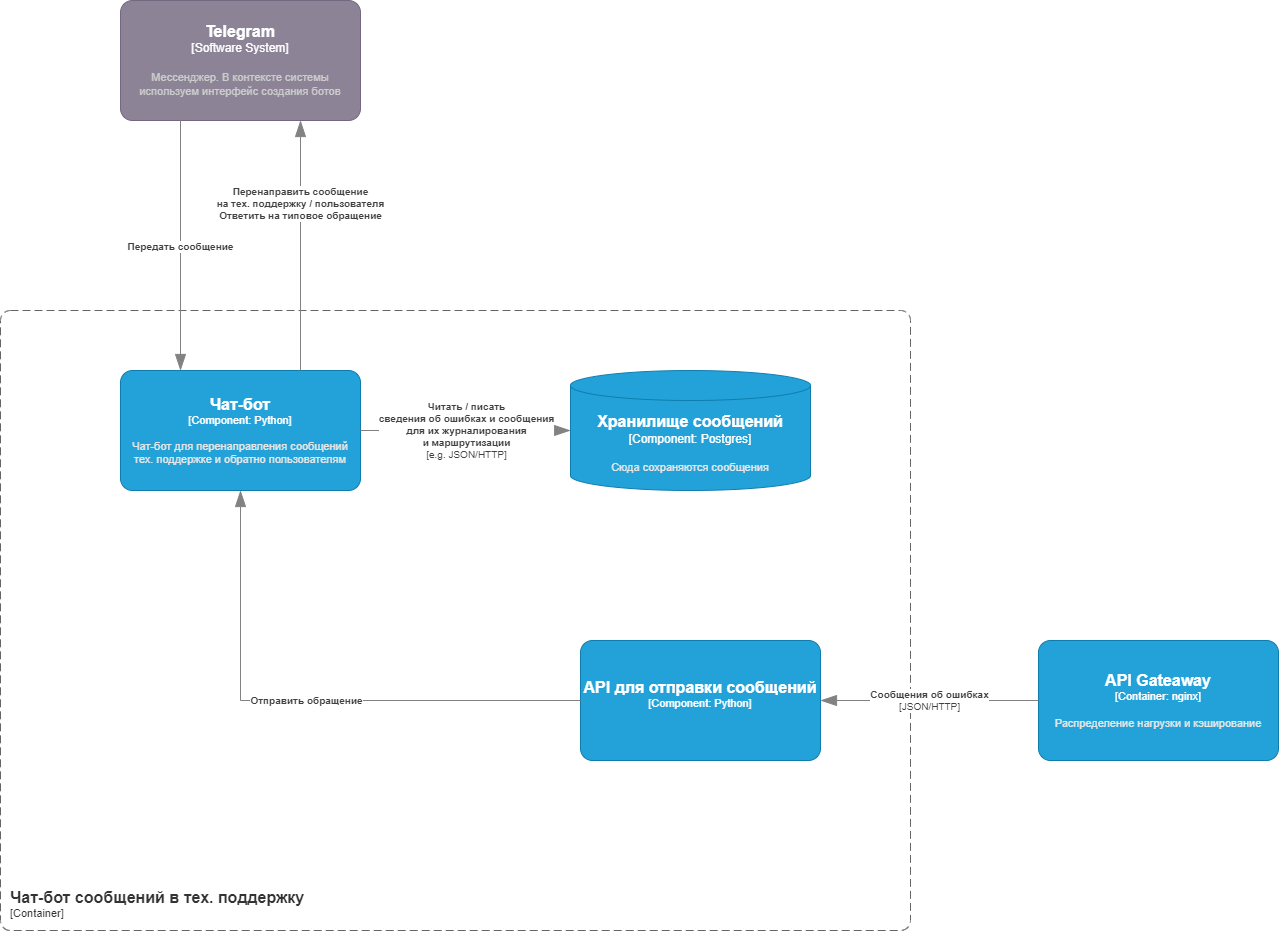
The draw.io diagram Lab Work №2/docs/SSAD 2-4.png in yunas-x/Diploma, before a commit. Source tidied: cells renumbered, new cells last; positions are measured from the earlier drawing's top-left corner, leaving out a move shared by most shapes.
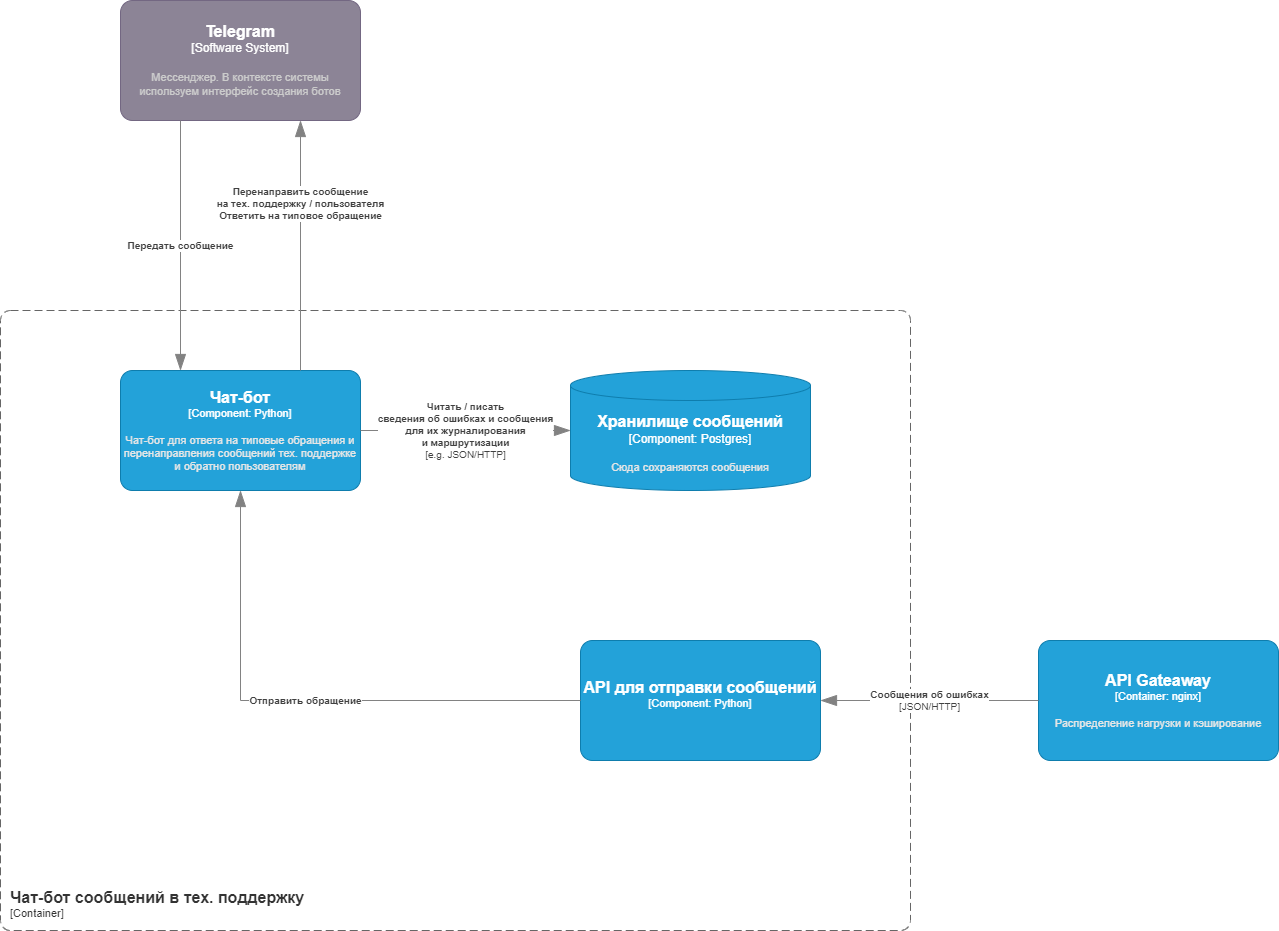
After the commit.

The edit, as a diff of the source:
```diff
@@ -7,7 +7,7 @@
         <mxGeometry y="310" width="910" height="620" as="geometry" />
       </mxCell>
     </object>
-    <object id="3" label="&lt;font style=&quot;font-size: 16px&quot;&gt;&lt;b&gt;%c4Name%&lt;/b&gt;&lt;/font&gt;&lt;div&gt;[%c4Type%: %c4Technology%]&lt;/div&gt;&lt;br&gt;&lt;div&gt;&lt;font style=&quot;font-size: 11px&quot;&gt;&lt;font color=&quot;#E6E6E6&quot;&gt;%c4Description%&lt;/font&gt;&lt;/div&gt;" c4Description="Чат-бот для перенаправления сообщений тех. поддержке и обратно пользователям" c4Name="Чат-бот" c4Technology="Python" c4Type="Component" placeholders="1">
+    <object id="3" label="&lt;font style=&quot;font-size: 16px&quot;&gt;&lt;b&gt;%c4Name%&lt;/b&gt;&lt;/font&gt;&lt;div&gt;[%c4Type%: %c4Technology%]&lt;/div&gt;&lt;br&gt;&lt;div&gt;&lt;font style=&quot;font-size: 11px&quot;&gt;&lt;font color=&quot;#E6E6E6&quot;&gt;%c4Description%&lt;/font&gt;&lt;/div&gt;" c4Description="Чат-бот для ответа на типовые обращения и перенаправления сообщений тех. поддержке и обратно пользователям" c4Name="Чат-бот" c4Technology="Python" c4Type="Component" placeholders="1">
       <mxCell style="rounded=1;whiteSpace=wrap;html=1;fontSize=11;labelBackgroundColor=none;fillColor=#23A2D9;fontColor=#ffffff;align=center;arcSize=10;strokeColor=#0E7DAD;points=[[0.25,0,0],[0.5,0,0],[0.75,0,0],[1,0.25,0],[1,0.5,0],[1,0.75,0],[0.75,1,0],[0.5,1,0],[0.25,1,0],[0,0.75,0],[0,0.5,0],[0,0.25,0]];" parent="1" vertex="1">
         <mxGeometry x="120" y="370" width="240" height="120" as="geometry" />
       </mxCell>
```
